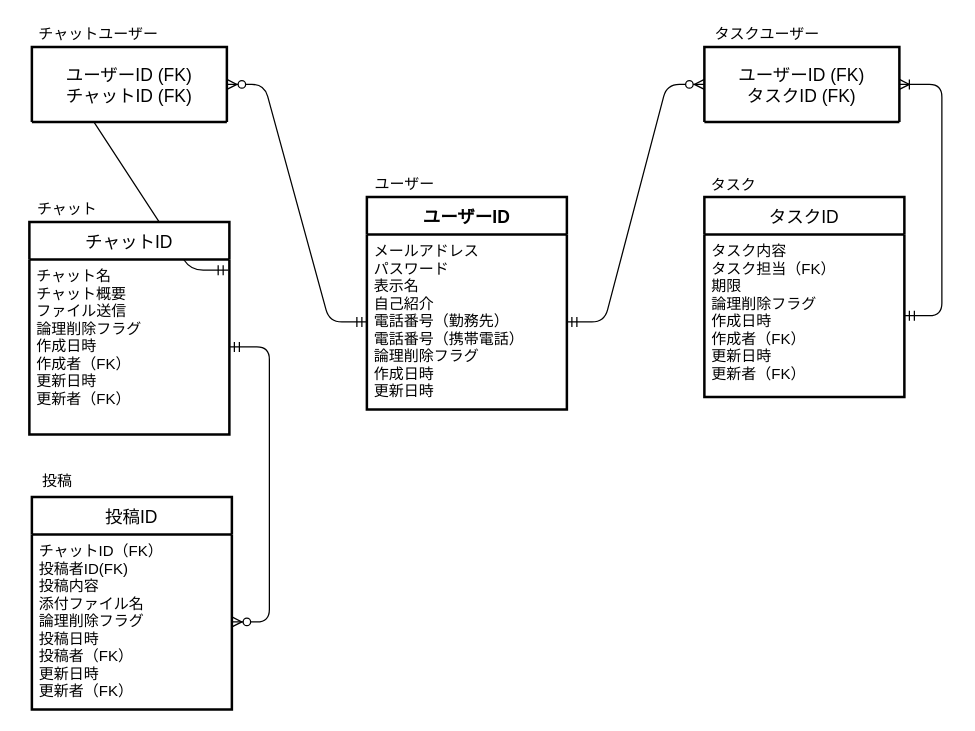
This is db/db-challenge1/db-challenge1.drawio from labotinc/quelcode-db, a draw.io file, before an edit. Source tidied: cells renumbered, new cells numbered last; positions are measured from the earlier drawing's top-left corner, leaving out a move shared by most shapes. Both pictures are drawn from the tidied source at 125%, with x=0, y=0 at pixel (29, 21).
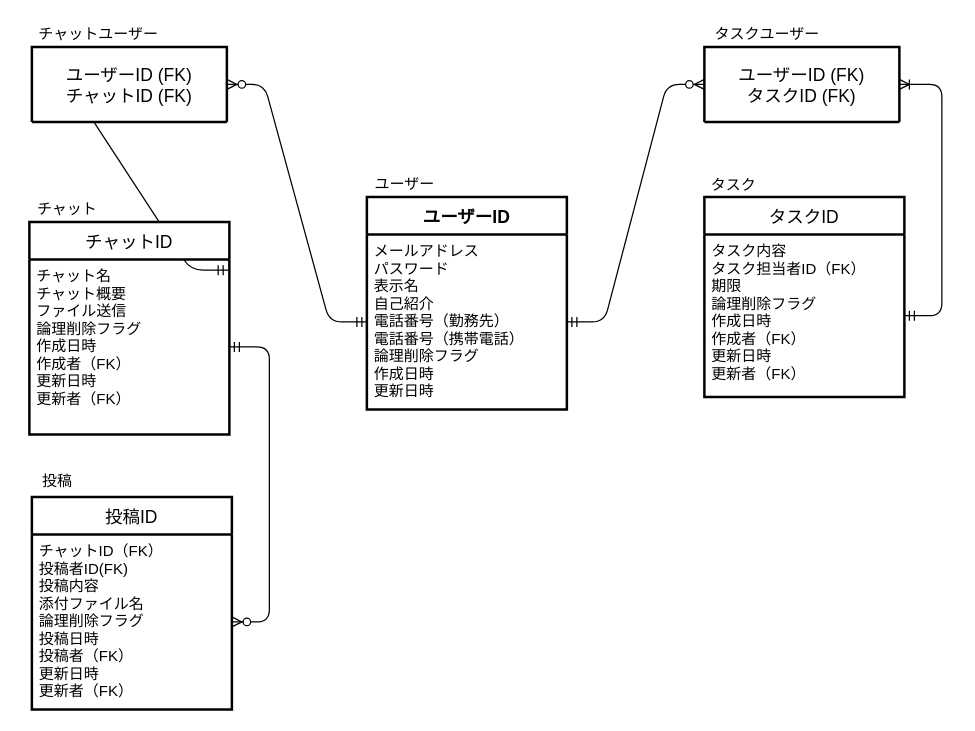
Above is the later version.

Commit message:
タスク担当→タスク担当者IDへの変更

The change refers to these unchanged cells:
```xml
<mxCell id="2" value="タスクID" style="swimlane;horizontal=1;startSize=30;rounded=1;fontSize=14;fontStyle=0;strokeWidth=2;shadow=0;dashed=0;align=center;arcSize=0;" parent="1" vertex="1">
  <mxGeometry x="540" y="140" width="160" height="160" as="geometry" />
</mxCell>
```

Change to the diagram source:
```diff
@@
-    <mxCell id="3" value="タスク内容&#10;タスク担当（FK）&#10;期限&#10;論理削除フラグ&#10;作成日時&#10;作成者（FK）&#10;更新日時&#10;更新者（FK）&#10;" style="align=left;strokeColor=none;fillColor=none;spacingLeft=4;fontSize=12;verticalAlign=top;" parent="2" vertex="1">
+    <mxCell id="3" value="タスク内容&#10;タスク担当者ID（FK）&#10;期限&#10;論理削除フラグ&#10;作成日時&#10;作成者（FK）&#10;更新日時&#10;更新者（FK）&#10;" style="align=left;strokeColor=none;fillColor=none;spacingLeft=4;fontSize=12;verticalAlign=top;" parent="2" vertex="1">
       <mxGeometry y="30" width="160" height="130" as="geometry" />
     </mxCell>
```
